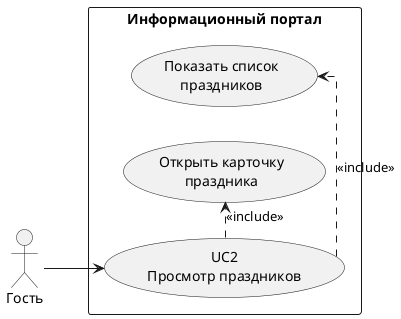
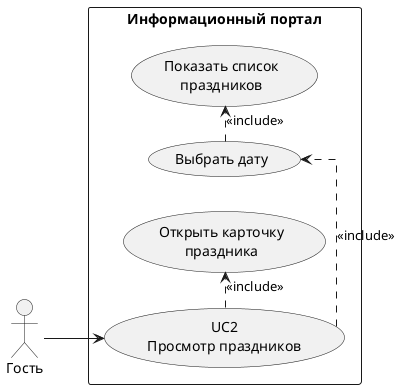
@startuml
left to right direction
skinparam packageStyle rectangle
skinparam linetype ortho
skinparam shadowing false

actor Guest as "Гость"

rectangle "Информационный портал" as System {
  usecase "UC2\nПросмотр праздников" as UC2
-   usecase "Показать список\nпраздников" as UC2A
-   usecase "Открыть карточку\nпраздника" as UC2B
+   usecase "Выбрать дату" as UC2A
+   usecase "Показать список\nпраздников" as UC2B
+   usecase "Открыть карточку\nпраздника" as UC2C
}

Guest --> UC2
UC2 .> UC2A : <<include>>
- UC2 .> UC2B : <<include>>
+ UC2A .> UC2B : <<include>>
+ UC2 .> UC2C : <<include>>
@enduml
